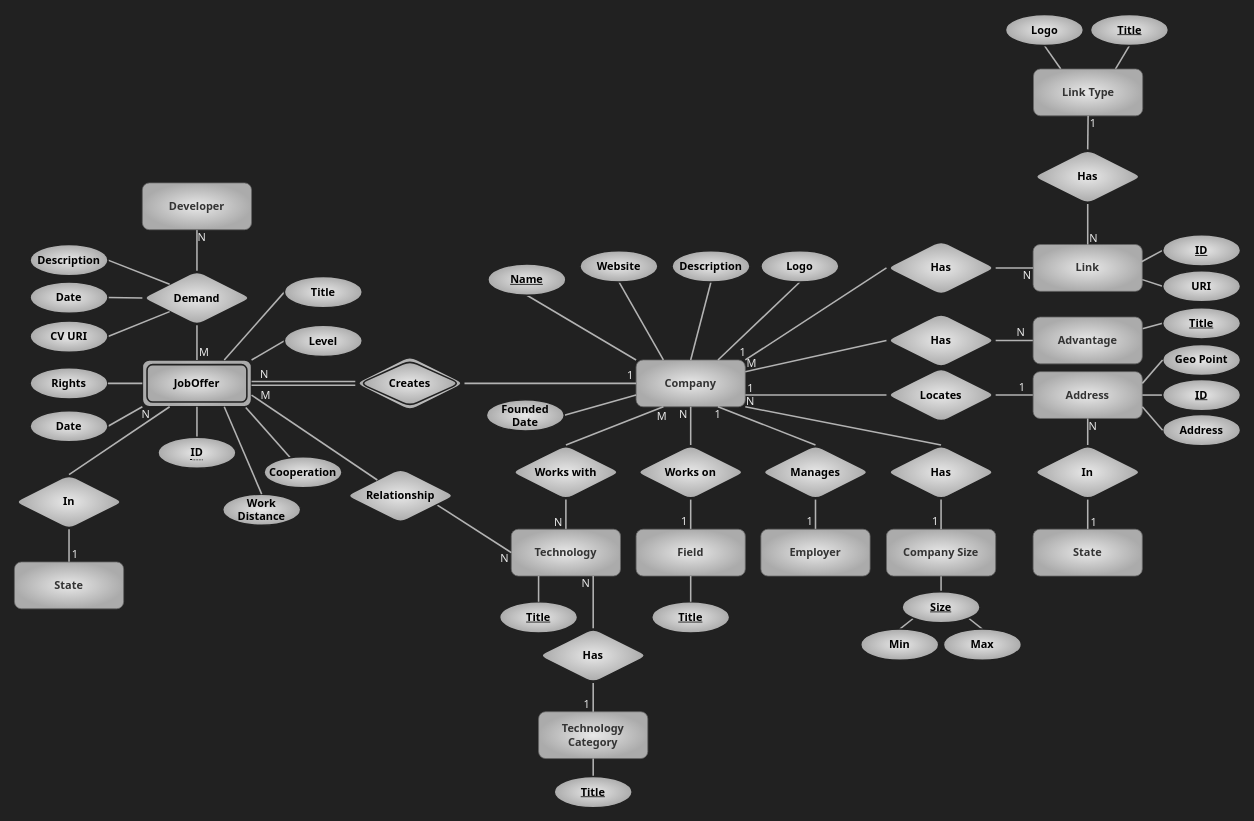
Above: page "magnet" (2 of 5) of er.drawio in kntu-db/quera-db (draw.io), before the change. Source tidied: cells renumbered, new cells numbered last; positions are measured from the earlier drawing's top-left corner, leaving out a move shared by most shapes. Both pictures are drawn from the tidied source at 78%, with x=0, y=0 at pixel (14, 14).
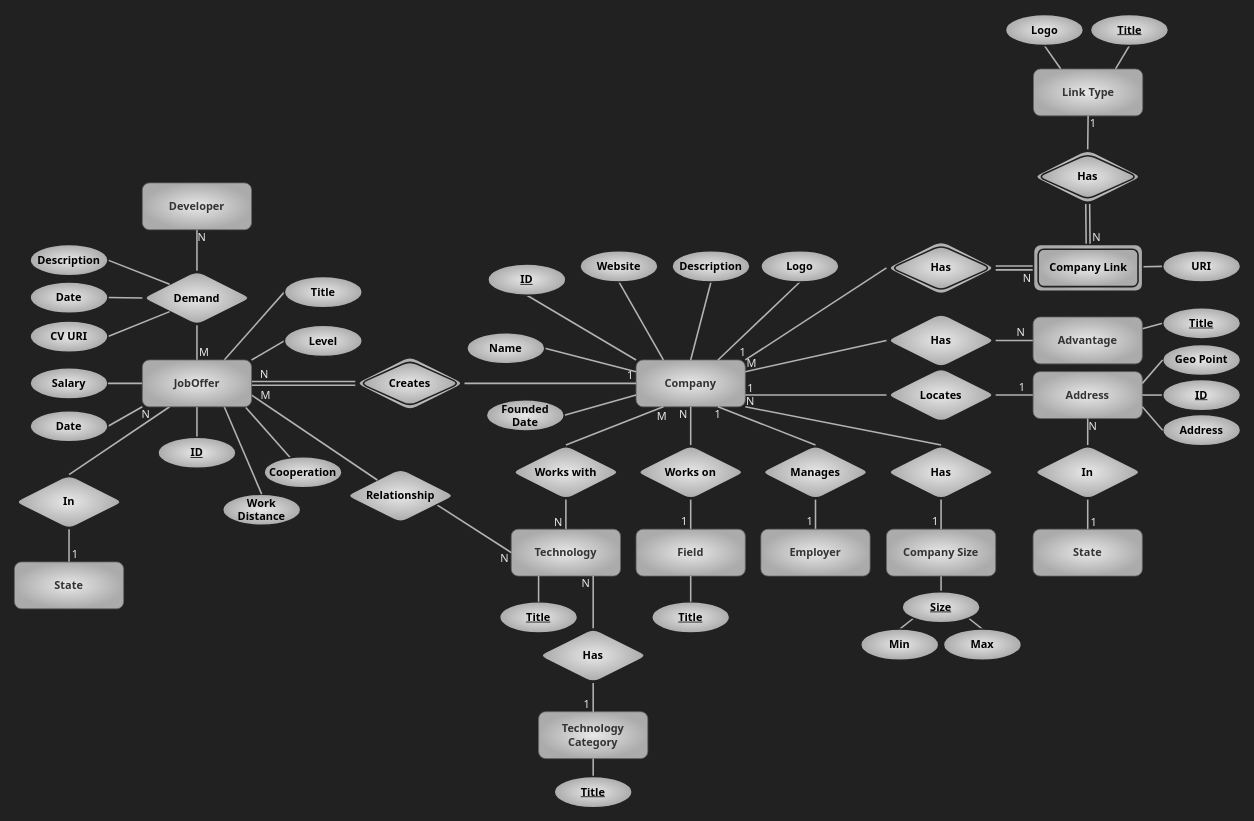
The same diagram, later.

Unchanged cells that the change refers to:
```xml
<mxCell id="4" value="Title" style="ellipse;whiteSpace=wrap;html=1;align=center;rounded=1;labelBackgroundColor=none;fontFamily=Tahoma;fontSize=14;fontColor=#000000;strokeColor=#212121;strokeWidth=2;fillColor=#E8E8E8;gradientColor=#ABABAB;gradientDirection=radial;fontStyle=1;" parent="1" vertex="1">
  <mxGeometry x="346" y="336" width="100" height="40" as="geometry" />
</mxCell>
<mxCell id="7" value="Work&lt;br&gt;Distance" style="ellipse;whiteSpace=wrap;html=1;align=center;rounded=1;labelBackgroundColor=none;fontFamily=Tahoma;fontSize=14;fontColor=#000000;strokeColor=#212121;strokeWidth=2;fillColor=#E8E8E8;gradientColor=#ABABAB;gradientDirection=radial;fontStyle=1;" parent="1" vertex="1">
  <mxGeometry x="267" y="615" width="100" height="40" as="geometry" />
</mxCell>
<mxCell id="10" value="Date" style="ellipse;whiteSpace=wrap;html=1;align=center;rounded=1;labelBackgroundColor=none;fontFamily=Tahoma;fontSize=14;fontColor=#000000;strokeColor=#212121;strokeWidth=2;fillColor=#E8E8E8;gradientColor=#ABABAB;gradientDirection=radial;fontStyle=1;" parent="1" vertex="1">
  <mxGeometry x="20" y="508" width="100" height="40" as="geometry" />
</mxCell>
<mxCell id="16" value="Demand" style="shape=rhombus;perimeter=rhombusPerimeter;whiteSpace=wrap;html=1;align=center;rounded=1;labelBackgroundColor=none;fontFamily=Tahoma;fontSize=14;fontColor=#000000;strokeColor=#212121;strokeWidth=2;fillColor=#E8E8E8;gradientColor=#ABABAB;gradientDirection=radial;fontStyle=1;" parent="1" vertex="1">
  <mxGeometry x="164" y="328.5" width="140" height="70" as="geometry" />
</mxCell>
<mxCell id="25" value="Company" style="whiteSpace=wrap;html=1;align=center;fontFamily=Tahoma;rounded=1;fillColor=#E8E8E8;strokeColor=#666666;fontColor=#333333;gradientColor=#ABABAB;gradientDirection=radial;fontSize=14;labelBackgroundColor=none;fontStyle=1;" parent="1" vertex="1">
  <mxGeometry x="797" y="443" width="140" height="60" as="geometry" />
</mxCell>
<mxCell id="92" value="Creates" style="shape=rhombus;double=1;perimeter=rhombusPerimeter;whiteSpace=wrap;html=1;align=center;rounded=1;labelBackgroundColor=none;fontFamily=Tahoma;fontSize=14;fontColor=#000000;strokeColor=#212121;strokeWidth=2;fillColor=#E8E8E8;gradientColor=#ABABAB;gradientDirection=radial;fontStyle=1;" parent="1" vertex="1">
  <mxGeometry x="437" y="438" width="140" height="70" as="geometry" />
</mxCell>
<mxCell id="97" value="Relationship" style="shape=rhombus;perimeter=rhombusPerimeter;whiteSpace=wrap;html=1;align=center;rounded=1;labelBackgroundColor=none;fontFamily=Tahoma;fontSize=14;fontColor=#000000;strokeColor=#212121;strokeWidth=2;fillColor=#E8E8E8;gradientColor=#ABABAB;gradientDirection=radial;fontStyle=1;" parent="1" vertex="1">
  <mxGeometry x="425" y="582" width="140" height="70" as="geometry" />
</mxCell>
<mxCell id="103" value="Link Type" style="whiteSpace=wrap;html=1;align=center;fontFamily=Tahoma;rounded=1;fillColor=#E8E8E8;strokeColor=#666666;fontColor=#333333;gradientColor=#ABABAB;gradientDirection=radial;fontSize=14;labelBackgroundColor=none;fontStyle=1;" parent="1" vertex="1">
  <mxGeometry x="1306.5" y="70" width="140" height="60" as="geometry" />
</mxCell>
<mxCell id="139" value="In" style="shape=rhombus;perimeter=rhombusPerimeter;whiteSpace=wrap;html=1;align=center;rounded=1;labelBackgroundColor=none;fontFamily=Tahoma;fontSize=14;fontColor=#000000;strokeColor=#212121;strokeWidth=2;fillColor=#E8E8E8;gradientColor=#ABABAB;gradientDirection=radial;fontStyle=1;" parent="1" vertex="1">
  <mxGeometry y="590" width="140" height="70" as="geometry" />
</mxCell>
<mxCell id="143" value="Cooperation" style="ellipse;whiteSpace=wrap;html=1;align=center;rounded=1;labelBackgroundColor=none;fontFamily=Tahoma;fontSize=14;fontColor=#000000;strokeColor=#212121;strokeWidth=2;fillColor=#E8E8E8;gradientColor=#ABABAB;gradientDirection=radial;fontStyle=1;" parent="1" vertex="1">
  <mxGeometry x="320" y="567" width="100" height="40" as="geometry" />
</mxCell>
```

The edit, as a diff of the source:
```diff
@@
-    <mxCell id="2" value="JobOffer" style="shape=ext;margin=3;double=1;whiteSpace=wrap;html=1;align=center;rounded=1;labelBackgroundColor=none;fontFamily=Tahoma;fontSize=14;fontColor=#000000;fillColor=#E8E8E8;gradientColor=#ABABAB;gradientDirection=radial;fontStyle=1;strokeColor=#212121;strokeWidth=2;glass=0;" parent="1" vertex="1">
-      <mxGeometry x="164" y="443" width="140" height="60" as="geometry" />
-    </mxCell>
-    <mxCell id="3" style="endArrow=none;html=1;rounded=1;fontFamily=Tahoma;fontSize=14;fontColor=#000000;strokeWidth=2;sketch=0;shadow=0;fillColor=none;strokeColor=#B3B3B3;exitX=0.75;exitY=0;exitDx=0;exitDy=0;entryX=0;entryY=0.5;entryDx=0;entryDy=0;" parent="1" edge="1" source="2" target="4">
-      <mxGeometry relative="1" as="geometry" />
+    <mxCell id="3" style="endArrow=none;html=1;rounded=1;fontFamily=Tahoma;fontSize=14;fontColor=#000000;strokeWidth=2;sketch=0;shadow=0;fillColor=none;strokeColor=#B3B3B3;exitX=0.75;exitY=0;exitDx=0;exitDy=0;entryX=0;entryY=0.5;entryDx=0;entryDy=0;" parent="1" edge="1" target="4">
+      <mxGeometry relative="1" as="geometry">
+        <mxPoint x="269" y="443" as="sourcePoint" />
+      </mxGeometry>
     </mxCell>
@@
-    <mxCell id="5" style="endArrow=none;html=1;rounded=1;fontFamily=Tahoma;fontSize=14;fontColor=#000000;strokeWidth=2;sketch=0;shadow=0;fillColor=none;strokeColor=#B3B3B3;exitX=0.5;exitY=1;exitDx=0;exitDy=0;entryX=0.5;entryY=0;entryDx=0;entryDy=0;" parent="1" edge="1" source="2" target="6">
-      <mxGeometry relative="1" as="geometry" />
+    <mxCell id="5" style="endArrow=none;html=1;rounded=1;fontFamily=Tahoma;fontSize=14;fontColor=#000000;strokeWidth=2;sketch=0;shadow=0;fillColor=none;strokeColor=#B3B3B3;exitX=0.5;exitY=1;exitDx=0;exitDy=0;entryX=0.5;entryY=0;entryDx=0;entryDy=0;" parent="1" edge="1" target="132">
+      <mxGeometry relative="1" as="geometry">
+        <mxPoint x="234" y="503" as="sourcePoint" />
+      </mxGeometry>
     </mxCell>
-    <mxCell id="6" value="&lt;span style=&quot;border-bottom: 1px dotted&quot;&gt;ID&lt;/span&gt;" style="ellipse;whiteSpace=wrap;html=1;align=center;rounded=1;labelBackgroundColor=none;fontFamily=Tahoma;fontSize=14;fontColor=#000000;strokeColor=#212121;strokeWidth=2;fillColor=#E8E8E8;gradientColor=#ABABAB;gradientDirection=radial;fontStyle=1;" parent="1" vertex="1">
-      <mxGeometry x="184" y="542" width="100" height="40" as="geometry" />
-    </mxCell>
@@
-    <mxCell id="8" style="endArrow=none;html=1;rounded=1;fontFamily=Tahoma;fontSize=14;fontColor=#000000;strokeWidth=2;sketch=0;shadow=0;fillColor=none;strokeColor=#B3B3B3;exitX=0.5;exitY=0;exitDx=0;exitDy=0;entryX=0.75;entryY=1;entryDx=0;entryDy=0;" parent="1" edge="1" source="7" target="2">
-      <mxGeometry relative="1" as="geometry" />
+    <mxCell id="8" style="endArrow=none;html=1;rounded=1;fontFamily=Tahoma;fontSize=14;fontColor=#000000;strokeWidth=2;sketch=0;shadow=0;fillColor=none;strokeColor=#B3B3B3;exitX=0.5;exitY=0;exitDx=0;exitDy=0;entryX=0.75;entryY=1;entryDx=0;entryDy=0;" parent="1" edge="1" source="7">
+      <mxGeometry relative="1" as="geometry">
+        <mxPoint x="269" y="503" as="targetPoint" />
+      </mxGeometry>
     </mxCell>
-    <mxCell id="9" style="endArrow=none;html=1;rounded=1;fontFamily=Tahoma;fontSize=14;fontColor=#000000;strokeWidth=2;sketch=0;shadow=0;fillColor=none;strokeColor=#B3B3B3;exitX=1;exitY=0.5;exitDx=0;exitDy=0;entryX=0;entryY=1;entryDx=0;entryDy=0;" parent="1" edge="1" source="10" target="2">
-      <mxGeometry relative="1" as="geometry" />
+    <mxCell id="9" style="endArrow=none;html=1;rounded=1;fontFamily=Tahoma;fontSize=14;fontColor=#000000;strokeWidth=2;sketch=0;shadow=0;fillColor=none;strokeColor=#B3B3B3;exitX=1;exitY=0.5;exitDx=0;exitDy=0;entryX=0;entryY=1;entryDx=0;entryDy=0;" parent="1" edge="1" source="10">
+      <mxGeometry relative="1" as="geometry">
+        <mxPoint x="164" y="503" as="targetPoint" />
+      </mxGeometry>
     </mxCell>
@@
-    <mxCell id="11" value="Rights" style="ellipse;whiteSpace=wrap;html=1;align=center;rounded=1;labelBackgroundColor=none;fontFamily=Tahoma;fontSize=14;fontColor=#000000;strokeColor=#212121;strokeWidth=2;fillColor=#E8E8E8;gradientColor=#ABABAB;gradientDirection=radial;fontStyle=1;" parent="1" vertex="1">
+    <mxCell id="11" value="Salary" style="ellipse;whiteSpace=wrap;html=1;align=center;rounded=1;labelBackgroundColor=none;fontFamily=Tahoma;fontSize=14;fontColor=#000000;strokeColor=#212121;strokeWidth=2;fillColor=#E8E8E8;gradientColor=#ABABAB;gradientDirection=radial;fontStyle=1;" parent="1" vertex="1">
       <mxGeometry x="20" y="453" width="100" height="40" as="geometry" />
     </mxCell>
@@
-    <mxCell id="17" style="endArrow=none;html=1;rounded=0;shadow=0;sketch=0;fontFamily=Tahoma;fontSize=14;fontColor=#E8E8E8;strokeWidth=2;fillColor=none;strokeColor=#B3B3B3;exitX=0.5;exitY=0;exitDx=0;exitDy=0;entryX=0.5;entryY=1;entryDx=0;entryDy=0;" parent="1" edge="1" source="2" target="16">
-      <mxGeometry relative="1" as="geometry" />
+    <mxCell id="17" style="endArrow=none;html=1;rounded=0;shadow=0;sketch=0;fontFamily=Tahoma;fontSize=14;fontColor=#E8E8E8;strokeWidth=2;fillColor=none;strokeColor=#B3B3B3;exitX=0.5;exitY=0;exitDx=0;exitDy=0;entryX=0.5;entryY=1;entryDx=0;entryDy=0;" parent="1" edge="1" target="16">
+      <mxGeometry relative="1" as="geometry">
+        <mxPoint x="234" y="443" as="sourcePoint" />
+      </mxGeometry>
     </mxCell>
@@
-    <mxCell id="33" value="&lt;u&gt;Name&lt;/u&gt;" style="ellipse;whiteSpace=wrap;html=1;align=center;rounded=1;labelBackgroundColor=none;fontFamily=Tahoma;fontSize=14;fontColor=#000000;strokeColor=#212121;strokeWidth=2;fillColor=#E8E8E8;gradientColor=#ABABAB;gradientDirection=radial;fontStyle=1;" parent="1" vertex="1">
+    <mxCell id="33" value="&lt;u&gt;ID&lt;/u&gt;" style="ellipse;whiteSpace=wrap;html=1;align=center;rounded=1;labelBackgroundColor=none;fontFamily=Tahoma;fontSize=14;fontColor=#000000;strokeColor=#212121;strokeWidth=2;fillColor=#E8E8E8;gradientColor=#ABABAB;gradientDirection=radial;fontStyle=1;" parent="1" vertex="1">
       <mxGeometry x="607" y="320" width="100" height="40" as="geometry" />
     </mxCell>
@@
-    <mxCell id="44" style="endArrow=none;html=1;rounded=0;shadow=0;sketch=0;fontFamily=Tahoma;fontSize=14;fontColor=#E8E8E8;strokeWidth=2;fillColor=none;strokeColor=#B3B3B3;entryX=1;entryY=0;entryDx=0;entryDy=0;exitX=0;exitY=0.5;exitDx=0;exitDy=0;" parent="1" edge="1" source="46" target="25">
-      <mxGeometry relative="1" as="geometry" />
+    <mxCell id="44" style="endArrow=none;html=1;rounded=0;shadow=0;sketch=0;fontFamily=Tahoma;fontSize=14;fontColor=#E8E8E8;strokeWidth=2;fillColor=none;strokeColor=#B3B3B3;entryX=1;entryY=0;entryDx=0;entryDy=0;exitX=0;exitY=0.5;exitDx=0;exitDy=0;" parent="1" edge="1" target="25">
+      <mxGeometry relative="1" as="geometry">
+        <mxPoint x="1118" y="325" as="sourcePoint" />
+      </mxGeometry>
     </mxCell>
@@
-    <mxCell id="46" value="Has" style="shape=rhombus;perimeter=rhombusPerimeter;whiteSpace=wrap;html=1;align=center;rounded=1;labelBackgroundColor=none;fontFamily=Tahoma;fontSize=14;fontColor=#000000;strokeColor=#212121;strokeWidth=2;fillColor=#E8E8E8;gradientColor=#ABABAB;gradientDirection=radial;fontStyle=1;" parent="1" vertex="1">
-      <mxGeometry x="1118" y="290" width="140" height="70" as="geometry" />
-    </mxCell>
-    <mxCell id="47" value="Link" style="whiteSpace=wrap;html=1;align=center;fontFamily=Tahoma;rounded=1;fillColor=#E8E8E8;strokeColor=#666666;fontColor=#333333;gradientColor=#ABABAB;gradientDirection=radial;fontSize=14;labelBackgroundColor=none;fontStyle=1;" parent="1" vertex="1">
-      <mxGeometry x="1306" y="295" width="140" height="60" as="geometry" />
-    </mxCell>
-    <mxCell id="48" style="endArrow=none;html=1;rounded=1;fontFamily=Tahoma;fontSize=14;fontColor=#000000;strokeWidth=2;sketch=0;shadow=0;fillColor=none;strokeColor=#B3B3B3;exitX=1;exitY=0.75;exitDx=0;exitDy=0;entryX=0;entryY=0.5;entryDx=0;entryDy=0;" parent="1" edge="1" source="47" target="51">
+    <mxCell id="48" style="endArrow=none;html=1;rounded=1;fontFamily=Tahoma;fontSize=14;fontColor=#000000;strokeWidth=2;sketch=0;shadow=0;fillColor=none;strokeColor=#B3B3B3;entryX=0;entryY=0.5;entryDx=0;entryDy=0;" parent="1" edge="1" source="146" target="51">
       <mxGeometry relative="1" as="geometry" />
     </mxCell>
-    <mxCell id="49" style="endArrow=none;html=1;rounded=0;shadow=0;sketch=0;fontFamily=Tahoma;fontSize=14;fontColor=#E8E8E8;strokeWidth=2;fillColor=none;strokeColor=#B3B3B3;exitX=1;exitY=0.5;exitDx=0;exitDy=0;entryX=0;entryY=0.5;entryDx=0;entryDy=0;" parent="1" edge="1" source="46" target="47">
+    <mxCell id="49" style="endArrow=none;html=1;rounded=0;shadow=0;sketch=0;fontFamily=Tahoma;fontSize=14;fontColor=#E8E8E8;strokeWidth=2;fillColor=none;strokeColor=#B3B3B3;exitX=1;exitY=0.5;exitDx=0;exitDy=0;entryX=0;entryY=0.5;entryDx=0;entryDy=0;shape=link;" parent="1" edge="1" source="148" target="146">
       <mxGeometry relative="1" as="geometry" />
     </mxCell>
     <mxCell id="50" value="N" style="html=1;align=right;verticalAlign=bottom;rounded=1;shadow=0;glass=0;labelBackgroundColor=none;labelBorderColor=none;fontFamily=Tahoma;fontSize=14;fontColor=#E8E8E8;strokeColor=#3D3D3D;strokeWidth=1;fillColor=#E8E8E8;gradientColor=#ABABAB;gradientDirection=radial;" parent="49" vertex="1">
       <mxGeometry x="1" relative="1" as="geometry">
-        <mxPoint x="-2" y="20" as="offset" />
+        <mxPoint x="-3" y="23" as="offset" />
       </mxGeometry>
     </mxCell>
     <mxCell id="51" value="URI" style="ellipse;whiteSpace=wrap;html=1;align=center;rounded=1;labelBackgroundColor=none;fontFamily=Tahoma;fontSize=14;fontColor=#000000;strokeColor=#212121;strokeWidth=2;fillColor=#E8E8E8;gradientColor=#ABABAB;gradientDirection=radial;fontStyle=1;" parent="1" vertex="1">
-      <mxGeometry x="1472" y="328.5" width="100" height="40" as="geometry" />
+      <mxGeometry x="1472" y="303" width="100" height="40" as="geometry" />
     </mxCell>
@@
-    <mxCell id="90" style="shape=link;html=1;rounded=0;shadow=0;sketch=0;fontFamily=Tahoma;fontSize=14;fontColor=#E8E8E8;strokeWidth=2;fillColor=none;strokeColor=#B3B3B3;entryX=1;entryY=0.5;entryDx=0;entryDy=0;exitX=0;exitY=0.5;exitDx=0;exitDy=0;" parent="1" edge="1" source="92" target="2">
-      <mxGeometry relative="1" as="geometry" />
+    <mxCell id="90" style="shape=link;html=1;rounded=0;shadow=0;sketch=0;fontFamily=Tahoma;fontSize=14;fontColor=#E8E8E8;strokeWidth=2;fillColor=none;strokeColor=#B3B3B3;entryX=1;entryY=0.5;entryDx=0;entryDy=0;exitX=0;exitY=0.5;exitDx=0;exitDy=0;" parent="1" edge="1" source="92">
+      <mxGeometry relative="1" as="geometry">
+        <mxPoint x="304" y="473" as="targetPoint" />
+      </mxGeometry>
     </mxCell>
@@
-    <mxCell id="98" style="endArrow=none;html=1;rounded=0;shadow=0;sketch=0;fontFamily=Tahoma;fontSize=14;fontColor=#E8E8E8;strokeWidth=2;fillColor=none;strokeColor=#B3B3B3;exitX=1;exitY=0.75;exitDx=0;exitDy=0;" parent="1" edge="1" source="2" target="97">
-      <mxGeometry relative="1" as="geometry" />
+    <mxCell id="98" style="endArrow=none;html=1;rounded=0;shadow=0;sketch=0;fontFamily=Tahoma;fontSize=14;fontColor=#E8E8E8;strokeWidth=2;fillColor=none;strokeColor=#B3B3B3;exitX=1;exitY=0.75;exitDx=0;exitDy=0;" parent="1" edge="1" target="97">
+      <mxGeometry relative="1" as="geometry">
+        <mxPoint x="304" y="488" as="sourcePoint" />
+      </mxGeometry>
     </mxCell>
@@
-    <mxCell id="100" style="endArrow=none;html=1;rounded=1;fontFamily=Tahoma;fontSize=14;fontColor=#000000;strokeWidth=2;sketch=0;shadow=0;fillColor=none;strokeColor=#B3B3B3;exitX=0.947;exitY=1.014;exitDx=0;exitDy=0;exitPerimeter=0;" parent="1" edge="1" source="2" target="143">
-      <mxGeometry relative="1" as="geometry" />
+    <mxCell id="100" style="endArrow=none;html=1;rounded=1;fontFamily=Tahoma;fontSize=14;fontColor=#000000;strokeWidth=2;sketch=0;shadow=0;fillColor=none;strokeColor=#B3B3B3;exitX=0.947;exitY=1.014;exitDx=0;exitDy=0;exitPerimeter=0;" parent="1" edge="1" target="143">
+      <mxGeometry relative="1" as="geometry">
+        <mxPoint x="296.6" y="503.8" as="sourcePoint" />
+      </mxGeometry>
     </mxCell>
@@
-    <mxCell id="104" value="Has" style="shape=rhombus;perimeter=rhombusPerimeter;whiteSpace=wrap;html=1;align=center;rounded=1;labelBackgroundColor=none;fontFamily=Tahoma;fontSize=14;fontColor=#000000;strokeColor=#212121;strokeWidth=2;fillColor=#E8E8E8;gradientColor=#ABABAB;gradientDirection=radial;fontStyle=1;" parent="1" vertex="1">
-      <mxGeometry x="1306" y="173" width="140" height="70" as="geometry" />
-    </mxCell>
-    <mxCell id="105" style="endArrow=none;html=1;rounded=0;shadow=0;sketch=0;fontFamily=Tahoma;fontSize=14;fontColor=#E8E8E8;strokeWidth=2;fillColor=none;strokeColor=#B3B3B3;exitX=0.5;exitY=1;exitDx=0;exitDy=0;entryX=0.5;entryY=0;entryDx=0;entryDy=0;" parent="1" edge="1" source="104" target="47">
-      <mxGeometry relative="1" as="geometry" />
+    <mxCell id="105" style="endArrow=none;html=1;rounded=0;shadow=0;sketch=0;fontFamily=Tahoma;fontSize=14;fontColor=#E8E8E8;strokeWidth=2;fillColor=none;strokeColor=#B3B3B3;exitX=0.5;exitY=1;exitDx=0;exitDy=0;entryX=0.5;entryY=0;entryDx=0;entryDy=0;shape=link;" parent="1" edge="1" target="146">
+      <mxGeometry relative="1" as="geometry">
+        <mxPoint x="1376" y="243" as="sourcePoint" />
+      </mxGeometry>
     </mxCell>
     <mxCell id="106" value="N" style="html=1;align=right;verticalAlign=bottom;rounded=1;shadow=0;glass=0;labelBackgroundColor=none;labelBorderColor=none;fontFamily=Tahoma;fontSize=14;fontColor=#E8E8E8;strokeColor=#3D3D3D;strokeWidth=1;fillColor=#E8E8E8;gradientColor=#ABABAB;gradientDirection=radial;" parent="105" vertex="1">
       <mxGeometry x="1" relative="1" as="geometry">
-        <mxPoint x="13" y="2" as="offset" />
+        <mxPoint x="17" y="1" as="offset" />
       </mxGeometry>
     </mxCell>
@@
-    <mxCell id="124" style="endArrow=none;html=1;rounded=0;shadow=0;sketch=0;fontFamily=Tahoma;fontSize=14;fontColor=#E8E8E8;strokeWidth=2;fillColor=none;strokeColor=#B3B3B3;exitX=0.5;exitY=0;exitDx=0;exitDy=0;entryX=0.5;entryY=1;entryDx=0;entryDy=0;" parent="1" edge="1" source="104" target="103">
-      <mxGeometry relative="1" as="geometry" />
+    <mxCell id="124" style="endArrow=none;html=1;rounded=0;shadow=0;sketch=0;fontFamily=Tahoma;fontSize=14;fontColor=#E8E8E8;strokeWidth=2;fillColor=none;strokeColor=#B3B3B3;exitX=0.5;exitY=0;exitDx=0;exitDy=0;entryX=0.5;entryY=1;entryDx=0;entryDy=0;" parent="1" edge="1" target="103">
+      <mxGeometry relative="1" as="geometry">
+        <mxPoint x="1376" y="173" as="sourcePoint" />
+      </mxGeometry>
     </mxCell>
@@
-    <mxCell id="131" style="edgeStyle=none;html=1;exitX=0;exitY=0.5;exitDx=0;exitDy=0;entryX=0.993;entryY=0.367;entryDx=0;entryDy=0;entryPerimeter=0;endArrow=none;endFill=0;strokeColor=#B3B3B3;strokeWidth=2;" parent="1" edge="1" source="132" target="47">
-      <mxGeometry relative="1" as="geometry" />
-    </mxCell>
-    <mxCell id="132" value="ID" style="ellipse;whiteSpace=wrap;html=1;align=center;rounded=1;labelBackgroundColor=none;fontFamily=Tahoma;fontSize=14;fontColor=#000000;strokeColor=#212121;strokeWidth=2;fillColor=#E8E8E8;gradientColor=#ABABAB;gradientDirection=radial;fontStyle=5;" parent="1" vertex="1">
-      <mxGeometry x="1472" y="282.5" width="100" height="40" as="geometry" />
-    </mxCell>
@@
-    <mxCell id="137" style="endArrow=none;html=1;rounded=0;shadow=0;sketch=0;fontFamily=Tahoma;fontSize=14;fontColor=#E8E8E8;strokeWidth=2;fillColor=none;strokeColor=#B3B3B3;entryX=0.25;entryY=1;entryDx=0;entryDy=0;exitX=0.5;exitY=0;exitDx=0;exitDy=0;" parent="1" edge="1" source="139" target="2">
-      <mxGeometry relative="1" as="geometry" />
+    <mxCell id="137" style="endArrow=none;html=1;rounded=0;shadow=0;sketch=0;fontFamily=Tahoma;fontSize=14;fontColor=#E8E8E8;strokeWidth=2;fillColor=none;strokeColor=#B3B3B3;entryX=0.25;entryY=1;entryDx=0;entryDy=0;exitX=0.5;exitY=0;exitDx=0;exitDy=0;" parent="1" edge="1" source="139">
+      <mxGeometry relative="1" as="geometry">
+        <mxPoint x="199" y="503" as="targetPoint" />
+      </mxGeometry>
     </mxCell>
@@
+    <mxCell id="144" style="edgeStyle=none;html=1;exitX=1;exitY=0.5;exitDx=0;exitDy=0;entryX=0;entryY=0.25;entryDx=0;entryDy=0;endArrow=none;endFill=0;strokeColor=#B3B3B3;strokeWidth=2;" parent="1" edge="1" source="145" target="25">
+      <mxGeometry relative="1" as="geometry" />
+    </mxCell>
+    <mxCell id="145" value="Name" style="ellipse;whiteSpace=wrap;html=1;align=center;rounded=1;labelBackgroundColor=none;fontFamily=Tahoma;fontSize=14;fontColor=#000000;strokeColor=#212121;strokeWidth=2;fillColor=#E8E8E8;gradientColor=#ABABAB;gradientDirection=radial;fontStyle=1;" parent="1" vertex="1">
+      <mxGeometry x="580" y="408" width="100" height="40" as="geometry" />
+    </mxCell>
+    <mxCell id="2" value="JobOffer" style="whiteSpace=wrap;html=1;align=center;fontFamily=Tahoma;rounded=1;fillColor=#E8E8E8;strokeColor=#666666;fontColor=#333333;gradientColor=#ABABAB;gradientDirection=radial;fontSize=14;labelBackgroundColor=none;fontStyle=1;" parent="1" vertex="1">
+      <mxGeometry x="164" y="443" width="140" height="60" as="geometry" />
+    </mxCell>
+    <mxCell id="132" value="ID" style="ellipse;whiteSpace=wrap;html=1;align=center;rounded=1;labelBackgroundColor=none;fontFamily=Tahoma;fontSize=14;fontColor=#000000;strokeColor=#212121;strokeWidth=2;fillColor=#E8E8E8;gradientColor=#ABABAB;gradientDirection=radial;fontStyle=5;" parent="1" vertex="1">
+      <mxGeometry x="184" y="542" width="100" height="40" as="geometry" />
+    </mxCell>
+    <mxCell id="146" value="Company Link" style="shape=ext;margin=3;double=1;whiteSpace=wrap;html=1;align=center;rounded=1;labelBackgroundColor=none;fontFamily=Tahoma;fontSize=14;fontColor=#000000;fillColor=#E8E8E8;gradientColor=#ABABAB;gradientDirection=radial;fontStyle=1;strokeColor=#212121;strokeWidth=2;glass=0;" parent="1" vertex="1">
+      <mxGeometry x="1306.5" y="295" width="140" height="60" as="geometry" />
+    </mxCell>
+    <mxCell id="147" value="Has" style="shape=rhombus;double=1;perimeter=rhombusPerimeter;whiteSpace=wrap;html=1;align=center;rounded=1;labelBackgroundColor=none;fontFamily=Tahoma;fontSize=14;fontColor=#000000;strokeColor=#212121;strokeWidth=2;fillColor=#E8E8E8;gradientColor=#ABABAB;gradientDirection=radial;fontStyle=1;" parent="1" vertex="1">
+      <mxGeometry x="1306" y="173" width="140" height="70" as="geometry" />
+    </mxCell>
+    <mxCell id="148" value="Has" style="shape=rhombus;double=1;perimeter=rhombusPerimeter;whiteSpace=wrap;html=1;align=center;rounded=1;labelBackgroundColor=none;fontFamily=Tahoma;fontSize=14;fontColor=#000000;strokeColor=#212121;strokeWidth=2;fillColor=#E8E8E8;gradientColor=#ABABAB;gradientDirection=radial;fontStyle=1;" parent="1" vertex="1">
+      <mxGeometry x="1118" y="290" width="140" height="70" as="geometry" />
+    </mxCell>
```
